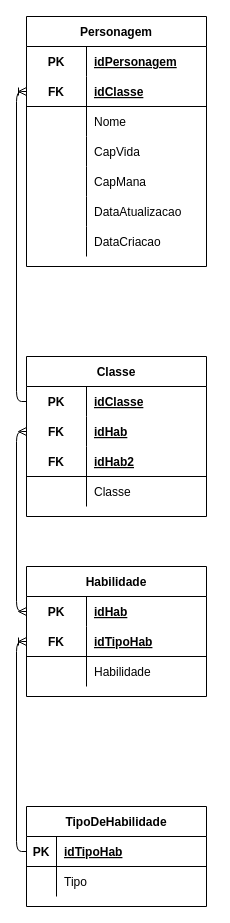
Earlier version of the draw.io diagram page "logico" (2 of 2) of desafios/SENAI_HROADS_MANHA.drawio (Pedro-B-Alves/senai_sprint1_bd). Source tidied: cells renumbered, new cells numbered last; positions are measured from the earlier drawing's top-left corner, leaving out a move shared by most shapes. Both pictures are drawn from the tidied source at 100%, with x=0, y=0 at pixel (26, 16).
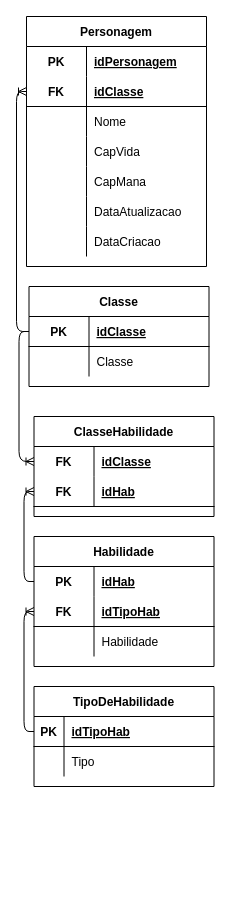
After the change.

Unchanged cells that the change refers to:
```xml
<mxCell id="10" style="shape=partialRectangle;fillColor=none;top=0;left=0;bottom=0;right=0;points=[[0,0.5],[1,0.5]];portConstraint=eastwest;" parent="9" vertex="1">
  <mxGeometry y="30" width="180" height="30" as="geometry" />
</mxCell>
<mxCell id="38" style="shape=partialRectangle;fillColor=none;top=0;left=0;bottom=1;right=0;points=[[0,0.5],[1,0.5]];portConstraint=eastwest;" parent="34" vertex="1">
  <mxGeometry y="60" width="180" height="30" as="geometry" />
</mxCell>
```

The edit, as a diff of the source:
```diff
@@
     <mxCell id="2" value="TipoDeHabilidade" style="shape=table;startSize=30;childLayout=tableLayout;rowLines=0;fontStyle=1;align=center;" parent="1" vertex="1">
-      <mxGeometry y="790" width="180" height="100" as="geometry" />
+      <mxGeometry x="7.5" y="670" width="180" height="100" as="geometry" />
     </mxCell>
@@
     <mxCell id="9" value="Habilidade" style="shape=table;startSize=30;childLayout=tableLayout;rowLines=0;fontStyle=1;align=center;" parent="1" vertex="1">
-      <mxGeometry y="550" width="180" height="130" as="geometry" />
+      <mxGeometry x="7.5" y="520" width="180" height="130" as="geometry" />
     </mxCell>
@@
     <mxCell id="20" value="Classe" style="shape=table;startSize=30;childLayout=tableLayout;rowLines=0;fontStyle=1;align=center;" parent="1" vertex="1">
-      <mxGeometry y="340" width="180" height="160" as="geometry" />
+      <mxGeometry x="2.5" y="270" width="180" height="100" as="geometry" />
     </mxCell>
-    <mxCell id="21" style="shape=partialRectangle;fillColor=none;top=0;left=0;bottom=0;right=0;points=[[0,0.5],[1,0.5]];portConstraint=eastwest;" parent="20" vertex="1">
-      <mxGeometry y="30" width="180" height="30" as="geometry" />
-    </mxCell>
-    <mxCell id="22" value="PK" style="shape=partialRectangle;fillColor=none;top=0;left=0;bottom=0;right=0;fontStyle=1;overflow=hidden;" parent="21" vertex="1">
-      <mxGeometry width="60" height="30" as="geometry" />
-    </mxCell>
-    <mxCell id="23" value="idClasse" style="shape=partialRectangle;fillColor=none;top=0;left=0;bottom=0;right=0;align=left;spacingLeft=6;fontStyle=5;overflow=hidden;" parent="21" vertex="1">
-      <mxGeometry x="60" width="120" height="30" as="geometry" />
-    </mxCell>
-    <mxCell id="24" style="shape=partialRectangle;fillColor=none;top=0;left=0;bottom=0;right=0;points=[[0,0.5],[1,0.5]];portConstraint=eastwest;" parent="20" vertex="1">
-      <mxGeometry y="60" width="180" height="30" as="geometry" />
-    </mxCell>
-    <mxCell id="25" value="FK" style="shape=partialRectangle;fillColor=none;top=0;left=0;bottom=0;right=0;fontStyle=1;overflow=hidden;" parent="24" vertex="1">
-      <mxGeometry width="60" height="30" as="geometry" />
-    </mxCell>
-    <mxCell id="26" value="idHab" style="shape=partialRectangle;fillColor=none;top=0;left=0;bottom=0;right=0;align=left;spacingLeft=6;fontStyle=5;overflow=hidden;" parent="24" vertex="1">
-      <mxGeometry x="60" width="120" height="30" as="geometry" />
-    </mxCell>
     <mxCell id="27" style="shape=partialRectangle;fillColor=none;top=0;left=0;bottom=1;right=0;points=[[0,0.5],[1,0.5]];portConstraint=eastwest;" parent="20" vertex="1">
-      <mxGeometry y="90" width="180" height="30" as="geometry" />
+      <mxGeometry y="30" width="180" height="30" as="geometry" />
     </mxCell>
-    <mxCell id="28" value="FK" style="shape=partialRectangle;fillColor=none;top=0;left=0;bottom=0;right=0;fontStyle=1;overflow=hidden;" parent="27" vertex="1">
+    <mxCell id="28" value="PK" style="shape=partialRectangle;fillColor=none;top=0;left=0;bottom=0;right=0;fontStyle=1;overflow=hidden;" parent="27" vertex="1">
       <mxGeometry width="60" height="30" as="geometry" />
     </mxCell>
-    <mxCell id="29" value="idHab2" style="shape=partialRectangle;fillColor=none;top=0;left=0;bottom=0;right=0;align=left;spacingLeft=6;fontStyle=5;overflow=hidden;" parent="27" vertex="1">
+    <mxCell id="29" value="idClasse" style="shape=partialRectangle;fillColor=none;top=0;left=0;bottom=0;right=0;align=left;spacingLeft=6;fontStyle=5;overflow=hidden;" parent="27" vertex="1">
       <mxGeometry x="60" width="120" height="30" as="geometry" />
     </mxCell>
     <mxCell id="30" style="shape=partialRectangle;fillColor=none;top=0;left=0;bottom=0;right=0;" parent="20" vertex="1">
-      <mxGeometry y="120" width="180" height="30" as="geometry" />
+      <mxGeometry y="60" width="180" height="30" as="geometry" />
     </mxCell>
@@
-    <mxCell id="33" style="edgeStyle=orthogonalEdgeStyle;fontSize=12;html=1;endArrow=ERmany;startArrow=ERmany;entryX=0;entryY=0.5;entryDx=0;entryDy=0;exitX=0;exitY=0.5;exitDx=0;exitDy=0;" parent="1" edge="1" source="10" target="24">
-      <mxGeometry relative="1" as="geometry" />
-    </mxCell>
@@
-    <mxCell id="56" style="edgeStyle=orthogonalEdgeStyle;fontSize=12;html=1;endArrow=ERoneToMany;entryX=0;entryY=0.5;entryDx=0;entryDy=0;exitX=0;exitY=0.5;exitDx=0;exitDy=0;" parent="1" edge="1" source="21" target="38">
-      <mxGeometry relative="1" as="geometry" />
-    </mxCell>
+    <mxCell id="57" value="ClasseHabilidade" style="shape=table;startSize=30;childLayout=tableLayout;rowLines=0;fontStyle=1;align=center;" parent="1" vertex="1">
+      <mxGeometry x="7.5" y="400" width="180" height="100" as="geometry" />
+    </mxCell>
+    <mxCell id="21" style="shape=partialRectangle;fillColor=none;top=0;left=0;bottom=0;right=0;points=[[0,0.5],[1,0.5]];portConstraint=eastwest;" parent="57" vertex="1">
+      <mxGeometry y="30" width="180" height="30" as="geometry" />
+    </mxCell>
+    <mxCell id="58" value="FK" style="shape=partialRectangle;fillColor=none;top=0;left=0;bottom=0;right=0;fontStyle=1;overflow=hidden;" parent="21" vertex="1">
+      <mxGeometry width="60" height="30" as="geometry" />
+    </mxCell>
+    <mxCell id="23" value="idClasse" style="shape=partialRectangle;fillColor=none;top=0;left=0;bottom=0;right=0;align=left;spacingLeft=6;fontStyle=5;overflow=hidden;" parent="21" vertex="1">
+      <mxGeometry x="60" width="120" height="30" as="geometry" />
+    </mxCell>
+    <mxCell id="59" style="shape=partialRectangle;fillColor=none;top=0;left=0;bottom=1;right=0;points=[[0,0.5],[1,0.5]];portConstraint=eastwest;" parent="57" vertex="1">
+      <mxGeometry y="60" width="180" height="30" as="geometry" />
+    </mxCell>
+    <mxCell id="60" value="FK" style="shape=partialRectangle;fillColor=none;top=0;left=0;bottom=0;right=0;fontStyle=1;overflow=hidden;" parent="59" vertex="1">
+      <mxGeometry width="60" height="30" as="geometry" />
+    </mxCell>
+    <mxCell id="26" value="idHab" style="shape=partialRectangle;fillColor=none;top=0;left=0;bottom=0;right=0;align=left;spacingLeft=6;fontStyle=5;overflow=hidden;" parent="59" vertex="1">
+      <mxGeometry x="60" width="120" height="30" as="geometry" />
+    </mxCell>
+    <mxCell id="61" style="edgeStyle=orthogonalEdgeStyle;fontSize=12;html=1;endArrow=ERoneToMany;exitX=0;exitY=0.5;exitDx=0;exitDy=0;entryX=0;entryY=0.5;entryDx=0;entryDy=0;" parent="1" edge="1" source="27" target="21">
+      <mxGeometry relative="1" as="geometry" />
+    </mxCell>
+    <mxCell id="62" style="edgeStyle=orthogonalEdgeStyle;fontSize=12;html=1;endArrow=ERoneToMany;entryX=0;entryY=0.5;entryDx=0;entryDy=0;exitX=0;exitY=0.5;exitDx=0;exitDy=0;" parent="1" edge="1" source="10" target="59">
+      <mxGeometry relative="1" as="geometry" />
+    </mxCell>
+    <mxCell id="63" style="edgeStyle=orthogonalEdgeStyle;fontSize=12;html=1;endArrow=ERoneToMany;entryX=0;entryY=0.5;entryDx=0;entryDy=0;exitX=0;exitY=0.5;exitDx=0;exitDy=0;" parent="1" edge="1" source="27" target="38">
+      <mxGeometry relative="1" as="geometry" />
+    </mxCell>
```
